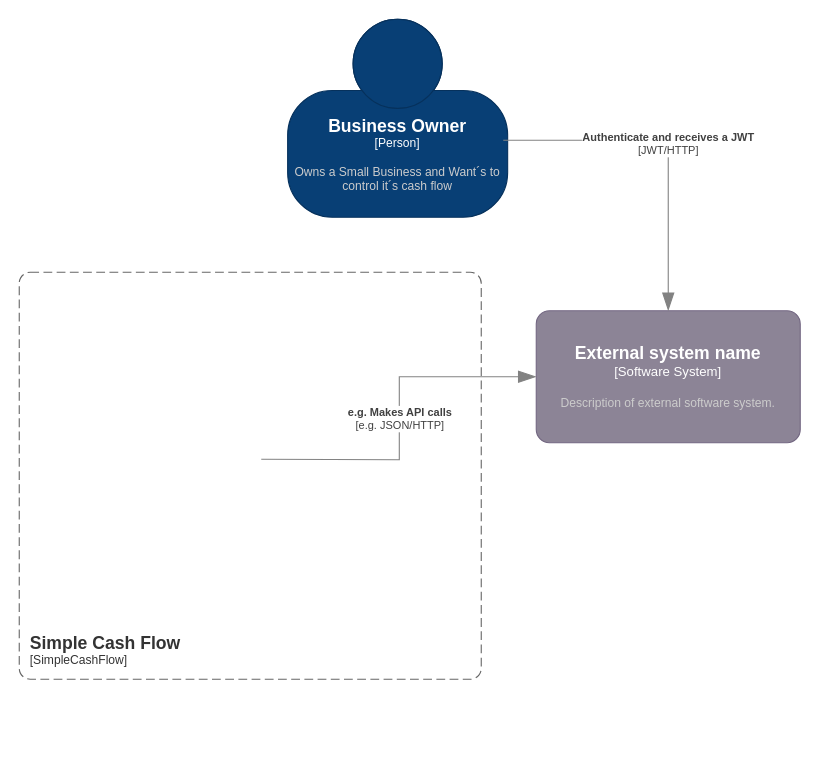
Above: page "Context" (1 of 3) of docs/SimpleCashFlow_C4Model.drawio in Wosniak/SimpleCashFlow (draw.io), before the change. Source tidied: cells renumbered, new cells numbered last; positions are measured from the earlier drawing's top-left corner, leaving out a move shared by most shapes. Both pictures are drawn from the tidied source at 110%, with x=0, y=0 at pixel (19, 19).
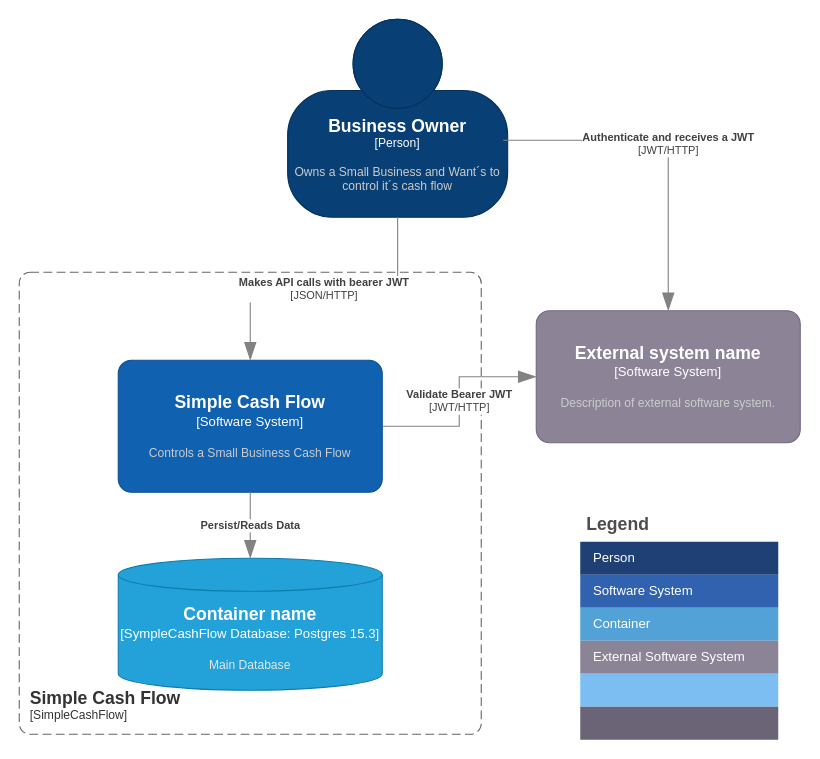
The same diagram, later.

The change refers to these unchanged cells:
```xml
<object id="2" label="&lt;font style=&quot;font-size: 16px&quot;&gt;&lt;b&gt;%c4Name%&lt;/b&gt;&lt;/font&gt;&lt;div&gt;[%c4Type%]&lt;/div&gt;&lt;br&gt;&lt;div&gt;&lt;font style=&quot;font-size: 11px&quot;&gt;&lt;font color=&quot;#cccccc&quot;&gt;%c4Description%&lt;/font&gt;&lt;/div&gt;" c4Description="Owns a Small Business and Want´s to control it´s cash flow" c4Name="Business Owner" c4Type="Person" placeholders="1">
  <mxCell style="html=1;fontSize=11;dashed=0;whiteSpace=wrap;fillColor=#083F75;strokeColor=#06315C;fontColor=#ffffff;shape=mxgraph.c4.person2;align=center;points=[[0.5,0,0],[1,0.5,0],[1,0.75,0],[0.75,1,0],[0.5,1,0],[0.25,1,0],[0,0.75,0],[0,0.5,0]];" parent="1" vertex="1">
    <mxGeometry x="244" width="200" height="180" as="geometry" />
  </mxCell>
</object>
<object id="4" label="&lt;font style=&quot;font-size: 16px&quot;&gt;&lt;b&gt;%c4Name%&lt;/b&gt;&lt;/font&gt;&lt;div&gt;[%c4Type%]&lt;/div&gt;&lt;br&gt;&lt;div&gt;&lt;font style=&quot;font-size: 11px&quot;&gt;&lt;font color=&quot;#cccccc&quot;&gt;%c4Description%&lt;/font&gt;&lt;/div&gt;" c4Description="Description of external software system." c4Name="External system name" c4Type="Software System" placeholders="1">
  <mxCell style="rounded=1;whiteSpace=wrap;html=1;labelBackgroundColor=none;fillColor=#8C8496;fontColor=#ffffff;align=center;arcSize=10;strokeColor=#736782;points=[[0.25,0,0],[0.5,0,0],[0.75,0,0],[1,0.25,0],[1,0.5,0],[1,0.75,0],[0.75,1,0],[0.5,1,0],[0.25,1,0],[0,0.75,0],[0,0.5,0],[0,0.25,0]];" parent="1" vertex="1">
    <mxGeometry x="470" y="265" width="240" height="120" as="geometry" />
  </mxCell>
</object>
```

Change to the diagram source:
```diff
@@
     <object id="3" label="&lt;font style=&quot;font-size: 16px&quot;&gt;&lt;b&gt;&lt;div style=&quot;text-align: left&quot;&gt;%c4Name%&lt;/div&gt;&lt;/b&gt;&lt;/font&gt;&lt;div style=&quot;text-align: left&quot;&gt;[%c4Application%]&lt;/div&gt;" c4Application="SimpleCashFlow" c4Name="Simple Cash Flow&#10;" placeholders="1">
       <mxCell style="rounded=1;fontSize=11;whiteSpace=wrap;html=1;dashed=1;arcSize=20;fillColor=none;strokeColor=#666666;fontColor=#333333;labelBackgroundColor=none;align=left;verticalAlign=bottom;labelBorderColor=none;spacingTop=0;spacing=10;dashPattern=8 4;perimeter=rectanglePerimeter;noLabel=0;labelPadding=0;absoluteArcSize=1;" parent="1" vertex="1">
-        <mxGeometry y="230" width="420" height="370" as="geometry" />
+        <mxGeometry y="230" width="420" height="420" as="geometry" />
       </mxCell>
     </object>
@@
-    <object id="5" label="&lt;div style=&quot;text-align: left&quot;&gt;&lt;div style=&quot;text-align: center&quot;&gt;&lt;b&gt;%c4Description%&lt;/b&gt;&lt;/div&gt;&lt;div style=&quot;text-align: center&quot;&gt;[%c4Technology%]&lt;/div&gt;&lt;/div&gt;" c4Description="e.g. Makes API calls" c4Technology="e.g. JSON/HTTP" placeholders="1">
-      <mxCell style="endArrow=blockThin;html=1;fontSize=10;fontColor=#404040;strokeWidth=1;endFill=1;strokeColor=#828282;elbow=vertical;endSize=14;startSize=14;jumpStyle=arc;jumpSize=16;rounded=0;edgeStyle=orthogonalEdgeStyle;entryX=0;entryY=0.5;entryDx=0;entryDy=0;entryPerimeter=0;" parent="1" edge="1" target="4">
-        <mxGeometry relative="1" as="geometry">
-          <mxPoint x="220" y="400" as="sourcePoint" />
-        </mxGeometry>
+    <object id="5" label="&lt;div style=&quot;text-align: left&quot;&gt;&lt;div style=&quot;text-align: center&quot;&gt;&lt;b&gt;%c4Description%&lt;/b&gt;&lt;/div&gt;&lt;div style=&quot;text-align: center&quot;&gt;[%c4Technology%]&lt;/div&gt;&lt;/div&gt;" c4Description="Validate Bearer JWT" c4Technology="JWT/HTTP" placeholders="1">
+      <mxCell style="endArrow=blockThin;html=1;fontSize=10;fontColor=#404040;strokeWidth=1;endFill=1;strokeColor=#828282;elbow=vertical;endSize=14;startSize=14;jumpStyle=arc;jumpSize=16;rounded=0;edgeStyle=orthogonalEdgeStyle;entryX=0;entryY=0.5;entryDx=0;entryDy=0;entryPerimeter=0;exitX=1;exitY=0.5;exitDx=0;exitDy=0;exitPerimeter=0;" parent="1" edge="1" source="7" target="4">
+        <mxGeometry relative="1" as="geometry" />
       </mxCell>
     </object>
@@
+    <object id="7" label="&lt;font style=&quot;font-size: 16px&quot;&gt;&lt;b&gt;%c4Name%&lt;/b&gt;&lt;/font&gt;&lt;div&gt;[%c4Type%]&lt;/div&gt;&lt;br&gt;&lt;div&gt;&lt;font style=&quot;font-size: 11px&quot;&gt;&lt;font color=&quot;#cccccc&quot;&gt;%c4Description%&lt;/font&gt;&lt;/div&gt;" c4Description="Controls a Small Business Cash Flow" c4Name="Simple Cash Flow" c4Type="Software System" placeholders="1">
+      <mxCell style="rounded=1;whiteSpace=wrap;html=1;labelBackgroundColor=none;fillColor=#1061B0;fontColor=#ffffff;align=center;arcSize=10;strokeColor=#0D5091;points=[[0.25,0,0],[0.5,0,0],[0.75,0,0],[1,0.25,0],[1,0.5,0],[1,0.75,0],[0.75,1,0],[0.5,1,0],[0.25,1,0],[0,0.75,0],[0,0.5,0],[0,0.25,0]];" parent="1" vertex="1">
+        <mxGeometry x="90" y="310" width="240" height="120" as="geometry" />
+      </mxCell>
+    </object>
+    <object id="8" label="&lt;div style=&quot;text-align: left&quot;&gt;&lt;div style=&quot;text-align: center&quot;&gt;&lt;b&gt;%c4Description%&lt;/b&gt;&lt;/div&gt;&lt;div style=&quot;text-align: center&quot;&gt;[%c4Technology%]&lt;/div&gt;&lt;/div&gt;" c4Description="Makes API calls with bearer JWT" c4Technology="JSON/HTTP" placeholders="1">
+      <mxCell style="endArrow=blockThin;html=1;fontSize=10;fontColor=#404040;strokeWidth=1;endFill=1;strokeColor=#828282;elbow=vertical;endSize=14;startSize=14;jumpStyle=arc;jumpSize=16;rounded=0;edgeStyle=orthogonalEdgeStyle;exitX=0.5;exitY=1;exitDx=0;exitDy=0;exitPerimeter=0;" parent="1" edge="1" source="2" target="7">
+        <mxGeometry relative="1" as="geometry" />
+      </mxCell>
+    </object>
+    <object id="9" label="&lt;font style=&quot;font-size: 16px&quot;&gt;&lt;b&gt;%c4Type%&lt;/b&gt;&lt;/font&gt;&lt;div&gt;[%c4Container%:&amp;nbsp;%c4Technology%]&lt;/div&gt;&lt;br&gt;&lt;div&gt;&lt;font style=&quot;font-size: 11px&quot;&gt;&lt;font color=&quot;#E6E6E6&quot;&gt;%c4Description%&lt;/font&gt;&lt;/div&gt;" c4Container="SympleCashFlow Database" c4Description="Main Database" c4Technology="Postgres 15.3" c4Type="Container name" placeholders="1">
+      <mxCell style="shape=cylinder3;size=15;whiteSpace=wrap;html=1;boundedLbl=1;rounded=0;labelBackgroundColor=none;fillColor=#23A2D9;fontSize=12;fontColor=#ffffff;align=center;strokeColor=#0E7DAD;points=[[0.5,0,0],[1,0.25,0],[1,0.5,0],[1,0.75,0],[0.5,1,0],[0,0.75,0],[0,0.5,0],[0,0.25,0]];" parent="1" vertex="1">
+        <mxGeometry x="90" y="490" width="240" height="120" as="geometry" />
+      </mxCell>
+    </object>
+    <object id="10" label="&lt;div style=&quot;text-align: left&quot;&gt;&lt;div style=&quot;text-align: center&quot;&gt;&lt;b&gt;%c4Description%&lt;/b&gt;&lt;/div&gt;" c4Description="Persist/Reads Data" placeholders="1">
+      <mxCell style="endArrow=blockThin;html=1;fontSize=10;fontColor=#404040;strokeWidth=1;endFill=1;strokeColor=#828282;elbow=vertical;endSize=14;startSize=14;jumpStyle=arc;jumpSize=16;rounded=0;edgeStyle=orthogonalEdgeStyle;exitX=0.5;exitY=1;exitDx=0;exitDy=0;exitPerimeter=0;entryX=0.5;entryY=0;entryDx=0;entryDy=0;entryPerimeter=0;" parent="1" edge="1" source="7" target="9">
+        <mxGeometry relative="1" as="geometry" />
+      </mxCell>
+    </object>
+    <mxCell id="11" value="Legend" style="shape=table;startSize=30;childLayout=tableLayout;fontSize=16;align=left;verticalAlign=top;fillColor=none;strokeColor=none;fontColor=#4D4D4D;fontStyle=1;spacingLeft=6;spacing=0;" parent="1" vertex="1">
+      <mxGeometry x="510" y="445" width="180" height="210" as="geometry" />
+    </mxCell>
+    <mxCell id="12" style="shape=tableRow;horizontal=0;startSize=0;swimlaneHead=0;swimlaneBody=0;strokeColor=inherit;top=0;left=0;bottom=0;right=0;fillColor=none;fontSize=12;" parent="11" vertex="1">
+      <mxGeometry y="30" width="180" height="30" as="geometry" />
+    </mxCell>
+    <mxCell id="13" value="Person" style="shape=partialRectangle;html=1;whiteSpace=wrap;strokeColor=inherit;overflow=hidden;fillColor=#1E4074;top=0;left=0;bottom=0;right=0;fontSize=12;align=left;fontColor=#FFFFFF;gradientColor=none;spacingLeft=10;spacingRight=4;" parent="12" vertex="1">
+      <mxGeometry width="180" height="30" as="geometry" />
+    </mxCell>
+    <mxCell id="14" style="shape=tableRow;horizontal=0;startSize=0;swimlaneHead=0;swimlaneBody=0;strokeColor=inherit;top=0;left=0;bottom=0;right=0;fillColor=none;fontSize=12;" parent="11" vertex="1">
+      <mxGeometry y="60" width="180" height="30" as="geometry" />
+    </mxCell>
+    <mxCell id="15" value="Software System" style="shape=partialRectangle;html=1;whiteSpace=wrap;strokeColor=inherit;overflow=hidden;fillColor=#3162AF;top=0;left=0;bottom=0;right=0;fontSize=12;align=left;fontColor=#FFFFFF;gradientColor=none;spacingLeft=10;spacingRight=4;" parent="14" vertex="1">
+      <mxGeometry width="180" height="30" as="geometry" />
+    </mxCell>
+    <mxCell id="16" style="shape=tableRow;horizontal=0;startSize=0;swimlaneHead=0;swimlaneBody=0;strokeColor=inherit;top=0;left=0;bottom=0;right=0;fillColor=none;fontSize=12;" parent="11" vertex="1">
+      <mxGeometry y="90" width="180" height="30" as="geometry" />
+    </mxCell>
+    <mxCell id="17" value="Container" style="shape=partialRectangle;html=1;whiteSpace=wrap;strokeColor=inherit;overflow=hidden;fillColor=#52a2d8;top=0;left=0;bottom=0;right=0;fontSize=12;align=left;fontColor=#FFFFFF;gradientColor=none;spacingLeft=10;spacingRight=4;" parent="16" vertex="1">
+      <mxGeometry width="180" height="30" as="geometry" />
+    </mxCell>
+    <mxCell id="18" style="shape=tableRow;horizontal=0;startSize=0;swimlaneHead=0;swimlaneBody=0;strokeColor=inherit;top=0;left=0;bottom=0;right=0;fillColor=none;fontSize=12;" parent="11" vertex="1">
+      <mxGeometry y="120" width="180" height="30" as="geometry" />
+    </mxCell>
+    <mxCell id="19" value="External Software System" style="shape=partialRectangle;html=1;whiteSpace=wrap;strokeColor=inherit;overflow=hidden;fillColor=#8b8496;top=0;left=0;bottom=0;right=0;fontSize=12;align=left;fontColor=#FFFFFF;gradientColor=none;spacingLeft=10;spacingRight=4;" parent="18" vertex="1">
+      <mxGeometry width="180" height="30" as="geometry" />
+    </mxCell>
+    <mxCell id="20" style="shape=tableRow;horizontal=0;startSize=0;swimlaneHead=0;swimlaneBody=0;strokeColor=inherit;top=0;left=0;bottom=0;right=0;fillColor=none;fontSize=12;" parent="11" vertex="1">
+      <mxGeometry y="150" width="180" height="30" as="geometry" />
+    </mxCell>
+    <mxCell id="21" style="shape=partialRectangle;html=1;whiteSpace=wrap;strokeColor=inherit;overflow=hidden;fillColor=#7dbef2;top=0;left=0;bottom=0;right=0;fontSize=12;align=left;fontColor=#FFFFFF;gradientColor=none;spacingLeft=10;spacingRight=4;" parent="20" vertex="1">
+      <mxGeometry width="180" height="30" as="geometry" />
+    </mxCell>
+    <mxCell id="22" style="shape=tableRow;horizontal=0;startSize=0;swimlaneHead=0;swimlaneBody=0;strokeColor=inherit;top=0;left=0;bottom=0;right=0;fillColor=none;fontSize=12;" parent="11" vertex="1">
+      <mxGeometry y="180" width="180" height="30" as="geometry" />
+    </mxCell>
+    <mxCell id="23" style="shape=partialRectangle;html=1;whiteSpace=wrap;strokeColor=inherit;overflow=hidden;fillColor=#6b6477;top=0;left=0;bottom=0;right=0;fontSize=12;align=left;fontColor=#FFFFFF;gradientColor=none;spacingLeft=10;spacingRight=4;" parent="22" vertex="1">
+      <mxGeometry width="180" height="30" as="geometry" />
+    </mxCell>
```
